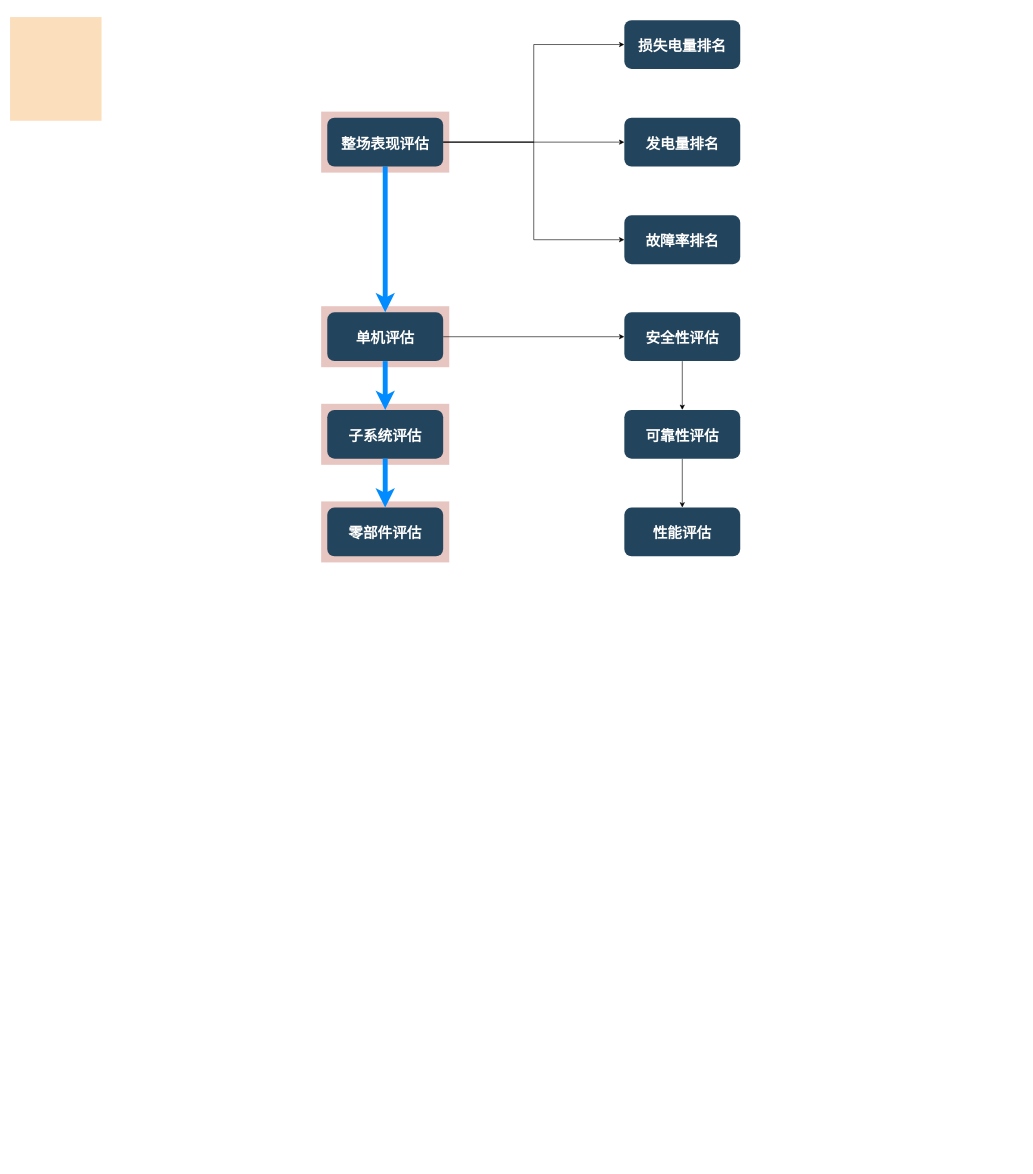
This is soft/dataprocess/diagram/功能逻辑图.drawio from leeyongxin/wind, a draw.io file, before an edit. Source tidied: cells renumbered, new cells numbered last; positions are measured from the earlier drawing's top-left corner, leaving out a move shared by most shapes. Both pictures are drawn from the tidied source at 61%, with x=0, y=0 at pixel (10, 16).
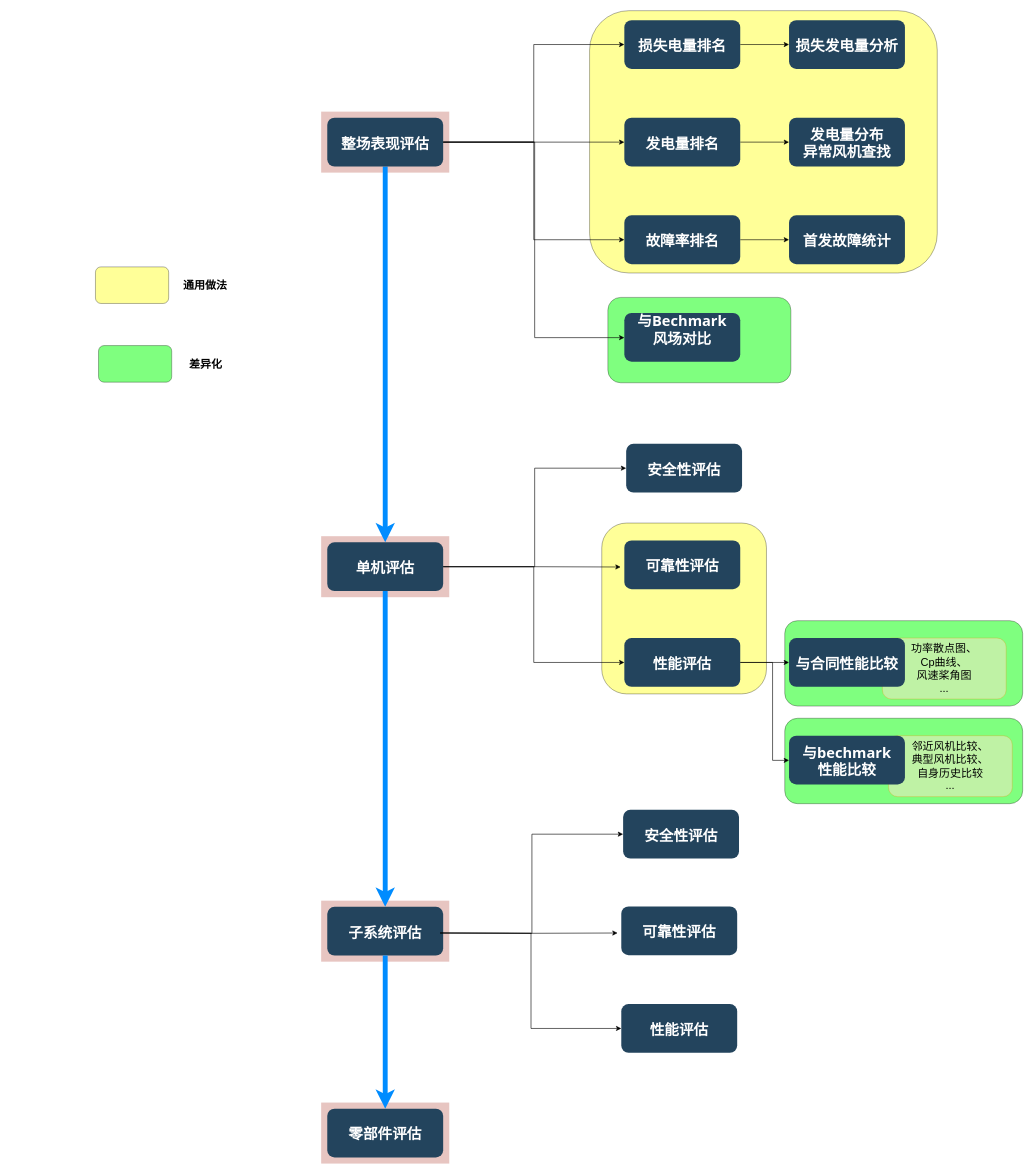
The same diagram, later.

Commit message:
Update 功能逻辑图.drawio

Unchanged cells that the change refers to:
```xml
<mxCell id="9" value="整场表现评估" style="rounded=1;fillColor=#23445D;gradientColor=none;strokeColor=none;fontColor=#FFFFFF;fontStyle=1;fontFamily=Tahoma;fontSize=24;" parent="1" vertex="1">
  <mxGeometry x="520" y="165.5" width="190" height="80" as="geometry" />
</mxCell>
<mxCell id="18" value="发电量排名" style="rounded=1;fillColor=#23445D;gradientColor=none;strokeColor=none;fontColor=#FFFFFF;fontStyle=1;fontFamily=Tahoma;fontSize=24;" parent="1" vertex="1">
  <mxGeometry x="1007" y="165.5" width="190" height="80" as="geometry" />
</mxCell>
<mxCell id="19" value="损失电量排名" style="rounded=1;fillColor=#23445D;gradientColor=none;strokeColor=none;fontColor=#FFFFFF;fontStyle=1;fontFamily=Tahoma;fontSize=24;" parent="1" vertex="1">
  <mxGeometry x="1007" y="5.5" width="190" height="80" as="geometry" />
</mxCell>
<mxCell id="20" value="故障率排名" style="rounded=1;fillColor=#23445D;gradientColor=none;strokeColor=none;fontColor=#FFFFFF;fontStyle=1;fontFamily=Tahoma;fontSize=24;" parent="1" vertex="1">
  <mxGeometry x="1007" y="325.5" width="190" height="80" as="geometry" />
</mxCell>
```

Diff of the diagram source:
```diff
@@
+    <mxCell id="26" style="rounded=1;whiteSpace=wrap;html=1;fillColor=#FFFF33;gradientColor=none;fontSize=18;opacity=50;" parent="1" vertex="1">
+      <mxGeometry x="970" y="830" width="270" height="280" as="geometry" />
+    </mxCell>
+    <mxCell id="27" style="rounded=1;whiteSpace=wrap;html=1;fillColor=#00FF00;gradientColor=none;fontSize=18;opacity=50;" parent="1" vertex="1">
+      <mxGeometry x="1270" y="1150" width="390" height="140" as="geometry" />
+    </mxCell>
+    <mxCell id="28" value="&lt;div&gt;邻近风机比较、&lt;/div&gt;&lt;div&gt;典型风机比较、&lt;/div&gt;&lt;div&gt;自身历史比较&lt;br&gt;&lt;/div&gt;&lt;div&gt;...&lt;br&gt;&lt;/div&gt;" style="rounded=1;whiteSpace=wrap;html=1;fillColor=#ffe6cc;fontSize=18;opacity=50;strokeColor=#d79b00;" parent="1" vertex="1">
+      <mxGeometry x="1440" y="1178.5" width="203" height="100" as="geometry" />
+    </mxCell>
+    <mxCell id="29" style="rounded=1;whiteSpace=wrap;html=1;fillColor=#00FF00;gradientColor=none;fontSize=18;opacity=50;" parent="1" vertex="1">
+      <mxGeometry x="980" y="460" width="300" height="140" as="geometry" />
+    </mxCell>
+    <mxCell id="30" style="rounded=1;whiteSpace=wrap;html=1;fillColor=#00FF00;gradientColor=none;fontSize=18;opacity=50;" parent="1" vertex="1">
+      <mxGeometry x="1270" y="990" width="390" height="140" as="geometry" />
+    </mxCell>
+    <mxCell id="31" value="&lt;div&gt;功率散点图、&lt;/div&gt;&lt;div&gt;Cp曲线、&lt;/div&gt;&lt;div&gt;风速桨角图&lt;/div&gt;&lt;div&gt;...&lt;br&gt;&lt;/div&gt;" style="rounded=1;whiteSpace=wrap;html=1;fillColor=#ffe6cc;fontSize=18;opacity=50;strokeColor=#d79b00;" parent="1" vertex="1">
+      <mxGeometry x="1430" y="1018.5" width="203" height="100" as="geometry" />
+    </mxCell>
+    <mxCell id="32" style="rounded=1;whiteSpace=wrap;html=1;fillColor=#FFFF33;gradientColor=none;fontSize=18;opacity=50;" parent="1" vertex="1">
+      <mxGeometry x="950" y="-10" width="570" height="430" as="geometry" />
+    </mxCell>
     <mxCell id="2" style="fillColor=#AE4132;strokeColor=none;opacity=30;fontSize=24;" parent="1" vertex="1">
-      <mxGeometry x="510" y="794.5" width="210" height="100" as="geometry" />
+      <mxGeometry x="510" y="1780" width="210" height="100" as="geometry" />
     </mxCell>
     <mxCell id="3" style="fillColor=#AE4132;strokeColor=none;opacity=30;fontSize=24;" parent="1" vertex="1">
-      <mxGeometry x="510" y="634.5" width="210" height="100" as="geometry" />
+      <mxGeometry x="510" y="1449" width="210" height="100" as="geometry" />
     </mxCell>
     <mxCell id="4" style="fillColor=#AE4132;strokeColor=none;opacity=30;fontSize=24;" parent="1" vertex="1">
-      <mxGeometry x="510" y="474.5" width="210" height="100" as="geometry" />
+      <mxGeometry x="510" y="851.5" width="210" height="100" as="geometry" />
     </mxCell>
@@
-    <mxCell id="6" style="fillColor=#F2931E;strokeColor=none;opacity=30;" parent="1" vertex="1">
-      <mxGeometry y="0.5" width="150" height="170" as="geometry" />
-    </mxCell>
@@
-    <mxCell id="10" style="edgeStyle=orthogonalEdgeStyle;rounded=0;jettySize=auto;html=1;fontSize=24;" parent="1" edge="1" source="11" target="12">
+    <mxCell id="10" style="edgeStyle=orthogonalEdgeStyle;rounded=0;jettySize=auto;html=1;fontSize=24;entryX=-0.032;entryY=0.544;entryDx=0;entryDy=0;entryPerimeter=0;" parent="1" edge="1" source="11" target="14">
       <mxGeometry relative="1" as="geometry" />
     </mxCell>
     <mxCell id="11" value="单机评估" style="rounded=1;fillColor=#23445D;gradientColor=none;strokeColor=none;fontColor=#FFFFFF;fontStyle=1;fontFamily=Tahoma;fontSize=24;" parent="1" vertex="1">
-      <mxGeometry x="520" y="484.5" width="190" height="80" as="geometry" />
+      <mxGeometry x="520" y="861.5" width="190" height="80" as="geometry" />
     </mxCell>
     <mxCell id="12" value="安全性评估" style="rounded=1;fillColor=#23445D;gradientColor=none;strokeColor=none;fontColor=#FFFFFF;fontStyle=1;fontFamily=Tahoma;fontSize=24;" parent="1" vertex="1">
-      <mxGeometry x="1007" y="484.5" width="190" height="80" as="geometry" />
+      <mxGeometry x="1010" y="700" width="190" height="80" as="geometry" />
     </mxCell>
-    <mxCell id="13" style="edgeStyle=orthogonalEdgeStyle;rounded=0;jettySize=auto;html=1;strokeColor=#000000;strokeWidth=1;fontSize=24;" parent="1" edge="1" source="14" target="15">
+    <mxCell id="13" style="edgeStyle=orthogonalEdgeStyle;rounded=0;jettySize=auto;html=1;strokeColor=#000000;strokeWidth=1;fontSize=24;entryX=0;entryY=0.5;entryDx=0;entryDy=0;" parent="1" edge="1" source="11" target="15">
       <mxGeometry relative="1" as="geometry" />
     </mxCell>
     <mxCell id="14" value="可靠性评估" style="rounded=1;fillColor=#23445D;gradientColor=none;strokeColor=none;fontColor=#FFFFFF;fontStyle=1;fontFamily=Tahoma;fontSize=24;" parent="1" vertex="1">
-      <mxGeometry x="1007" y="644.5" width="190" height="80" as="geometry" />
+      <mxGeometry x="1007" y="858.5" width="190" height="80" as="geometry" />
     </mxCell>
+    <mxCell id="33" style="edgeStyle=orthogonalEdgeStyle;rounded=0;jettySize=auto;html=1;fontSize=18;" parent="1" edge="1" source="15" target="35">
+      <mxGeometry relative="1" as="geometry" />
+    </mxCell>
     <mxCell id="15" value="性能评估" style="rounded=1;fillColor=#23445D;gradientColor=none;strokeColor=none;fontColor=#FFFFFF;fontStyle=1;fontFamily=Tahoma;fontSize=24;" parent="1" vertex="1">
-      <mxGeometry x="1007" y="804.5" width="190" height="80" as="geometry" />
+      <mxGeometry x="1007" y="1018.5" width="190" height="80" as="geometry" />
     </mxCell>
+    <mxCell id="34" style="edgeStyle=orthogonalEdgeStyle;rounded=0;jettySize=auto;html=1;fontSize=18;" parent="1" edge="1" source="15" target="36">
+      <mxGeometry relative="1" as="geometry">
+        <Array as="points">
+          <mxPoint x="1250" y="1059" />
+          <mxPoint x="1250" y="1219" />
+        </Array>
+      </mxGeometry>
+    </mxCell>
+    <mxCell id="35" value="与合同性能比较" style="rounded=1;fillColor=#23445D;gradientColor=none;strokeColor=none;fontColor=#FFFFFF;fontStyle=1;fontFamily=Tahoma;fontSize=24;" parent="1" vertex="1">
+      <mxGeometry x="1277" y="1018.5" width="190" height="80" as="geometry" />
+    </mxCell>
+    <mxCell id="36" value="与bechmark&#10;性能比较" style="rounded=1;fillColor=#23445D;gradientColor=none;strokeColor=none;fontColor=#FFFFFF;fontStyle=1;fontFamily=Tahoma;fontSize=24;" parent="1" vertex="1">
+      <mxGeometry x="1277" y="1178.5" width="190" height="80" as="geometry" />
+    </mxCell>
     <mxCell id="16" value="子系统评估" style="rounded=1;fillColor=#23445D;gradientColor=none;strokeColor=none;fontColor=#FFFFFF;fontStyle=1;fontFamily=Tahoma;fontSize=24;" parent="1" vertex="1">
-      <mxGeometry x="520" y="644.5" width="190" height="80" as="geometry" />
+      <mxGeometry x="520" y="1459" width="190" height="80" as="geometry" />
     </mxCell>
     <mxCell id="17" value="零部件评估" style="rounded=1;fillColor=#23445D;gradientColor=none;strokeColor=none;fontColor=#FFFFFF;fontStyle=1;fontFamily=Tahoma;fontSize=24;" parent="1" vertex="1">
-      <mxGeometry x="520" y="804.5" width="190" height="80" as="geometry" />
+      <mxGeometry x="520" y="1790" width="190" height="80" as="geometry" />
     </mxCell>
+    <mxCell id="37" style="edgeStyle=orthogonalEdgeStyle;rounded=0;jettySize=auto;html=1;" parent="1" edge="1" source="18" target="38">
+      <mxGeometry relative="1" as="geometry" />
+    </mxCell>
@@
+    <mxCell id="38" value="发电量分布&#10;异常风机查找" style="rounded=1;fillColor=#23445D;gradientColor=none;strokeColor=none;fontColor=#FFFFFF;fontStyle=1;fontFamily=Tahoma;fontSize=24;" parent="1" vertex="1">
+      <mxGeometry x="1277" y="165.5" width="190" height="80" as="geometry" />
+    </mxCell>
+    <mxCell id="39" style="edgeStyle=orthogonalEdgeStyle;rounded=0;jettySize=auto;html=1;" parent="1" edge="1" source="19" target="40">
+      <mxGeometry relative="1" as="geometry" />
+    </mxCell>
@@
+    <mxCell id="40" value="损失发电量分析" style="rounded=1;fillColor=#23445D;gradientColor=none;strokeColor=none;fontColor=#FFFFFF;fontStyle=1;fontFamily=Tahoma;fontSize=24;" parent="1" vertex="1">
+      <mxGeometry x="1277" y="5.5" width="190" height="80" as="geometry" />
+    </mxCell>
+    <mxCell id="41" style="edgeStyle=orthogonalEdgeStyle;rounded=0;jettySize=auto;html=1;" parent="1" edge="1" source="20" target="44">
+      <mxGeometry relative="1" as="geometry" />
+    </mxCell>
+    <mxCell id="42" style="edgeStyle=orthogonalEdgeStyle;rounded=0;jettySize=auto;html=1;exitX=1;exitY=0.5;exitDx=0;exitDy=0;" parent="1" edge="1" source="9" target="43">
+      <mxGeometry relative="1" as="geometry">
+        <Array as="points">
+          <mxPoint x="860" y="206" />
+          <mxPoint x="860" y="526" />
+        </Array>
+      </mxGeometry>
+    </mxCell>
@@
+    <mxCell id="43" value="与Bechmark&#10;风场对比&#10;" style="rounded=1;fillColor=#23445D;gradientColor=none;strokeColor=none;fontColor=#FFFFFF;fontStyle=1;fontFamily=Tahoma;fontSize=24;" parent="1" vertex="1">
+      <mxGeometry x="1007" y="485.5" width="190" height="80" as="geometry" />
+    </mxCell>
+    <mxCell id="44" value="首发故障统计" style="rounded=1;fillColor=#23445D;gradientColor=none;strokeColor=none;fontColor=#FFFFFF;fontStyle=1;fontFamily=Tahoma;fontSize=24;" parent="1" vertex="1">
+      <mxGeometry x="1277" y="325.5" width="190" height="80" as="geometry" />
+    </mxCell>
@@
-    <mxCell id="25" style="edgeStyle=orthogonalEdgeStyle;rounded=0;jettySize=auto;html=1;fontSize=24;entryX=0.5;entryY=0;entryDx=0;entryDy=0;exitX=0.5;exitY=1;exitDx=0;exitDy=0;" parent="1" edge="1" source="12" target="14">
+    <mxCell id="25" style="edgeStyle=orthogonalEdgeStyle;rounded=0;jettySize=auto;html=1;fontSize=24;entryX=0;entryY=0.5;entryDx=0;entryDy=0;exitX=1;exitY=0.5;exitDx=0;exitDy=0;" parent="1" edge="1" source="11" target="12">
       <mxGeometry relative="1" as="geometry" />
     </mxCell>
+    <mxCell id="45" value="通用做法" style="text;html=1;strokeColor=none;fillColor=none;align=center;verticalAlign=middle;whiteSpace=wrap;rounded=0;fontSize=18;fontStyle=1;" parent="1" vertex="1">
+      <mxGeometry x="250" y="430" width="140" height="20" as="geometry" />
+    </mxCell>
+    <mxCell id="46" value="差异化" style="text;html=1;strokeColor=none;fillColor=none;align=center;verticalAlign=middle;whiteSpace=wrap;rounded=0;fontSize=18;fontStyle=1;" parent="1" vertex="1">
+      <mxGeometry x="251" y="560" width="140" height="20" as="geometry" />
+    </mxCell>
+    <mxCell id="47" style="rounded=1;whiteSpace=wrap;html=1;fillColor=#FFFF33;gradientColor=none;fontSize=18;opacity=50;" parent="1" vertex="1">
+      <mxGeometry x="140" y="410" width="120" height="60" as="geometry" />
+    </mxCell>
+    <mxCell id="48" style="rounded=1;whiteSpace=wrap;html=1;fillColor=#00FF00;gradientColor=none;fontSize=18;opacity=50;" parent="1" vertex="1">
+      <mxGeometry x="145" y="539" width="120" height="60" as="geometry" />
+    </mxCell>
+    <mxCell id="49" style="edgeStyle=orthogonalEdgeStyle;rounded=0;jettySize=auto;html=1;fontSize=24;entryX=-0.032;entryY=0.544;entryDx=0;entryDy=0;entryPerimeter=0;" parent="1" edge="1" target="52">
+      <mxGeometry relative="1" as="geometry">
+        <mxPoint x="705" y="1502" as="sourcePoint" />
+      </mxGeometry>
+    </mxCell>
+    <mxCell id="50" value="安全性评估" style="rounded=1;fillColor=#23445D;gradientColor=none;strokeColor=none;fontColor=#FFFFFF;fontStyle=1;fontFamily=Tahoma;fontSize=24;" parent="1" vertex="1">
+      <mxGeometry x="1005" y="1300" width="190" height="80" as="geometry" />
+    </mxCell>
+    <mxCell id="51" style="edgeStyle=orthogonalEdgeStyle;rounded=0;jettySize=auto;html=1;strokeColor=#000000;strokeWidth=1;fontSize=24;entryX=0;entryY=0.5;entryDx=0;entryDy=0;" parent="1" edge="1" target="53">
+      <mxGeometry relative="1" as="geometry">
+        <mxPoint x="705" y="1502" as="sourcePoint" />
+      </mxGeometry>
+    </mxCell>
+    <mxCell id="52" value="可靠性评估" style="rounded=1;fillColor=#23445D;gradientColor=none;strokeColor=none;fontColor=#FFFFFF;fontStyle=1;fontFamily=Tahoma;fontSize=24;" parent="1" vertex="1">
+      <mxGeometry x="1002" y="1458.5" width="190" height="80" as="geometry" />
+    </mxCell>
+    <mxCell id="53" value="性能评估" style="rounded=1;fillColor=#23445D;gradientColor=none;strokeColor=none;fontColor=#FFFFFF;fontStyle=1;fontFamily=Tahoma;fontSize=24;" parent="1" vertex="1">
+      <mxGeometry x="1002" y="1618.5" width="190" height="80" as="geometry" />
+    </mxCell>
+    <mxCell id="54" style="edgeStyle=orthogonalEdgeStyle;rounded=0;jettySize=auto;html=1;fontSize=24;entryX=0;entryY=0.5;entryDx=0;entryDy=0;" parent="1" edge="1" target="50">
+      <mxGeometry relative="1" as="geometry">
+        <mxPoint x="705" y="1502" as="sourcePoint" />
+      </mxGeometry>
+    </mxCell>
```
